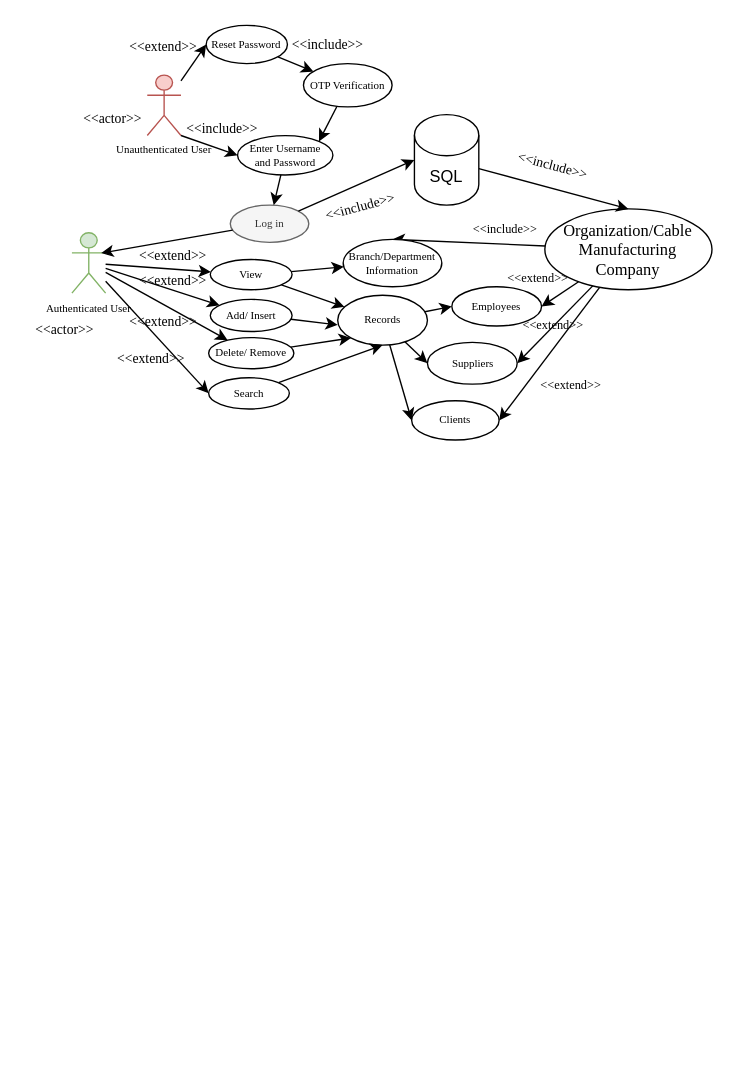
Earlier version of the draw.io diagram USECASE.drawio (Kazybekkh/KazCable-DBMS). Source tidied: cells renumbered, new cells numbered last; positions are measured from the earlier drawing's top-left corner, leaving out a move shared by most shapes. Both pictures are drawn from the tidied source at 137%, with x=0, y=0 at pixel (23, 23).
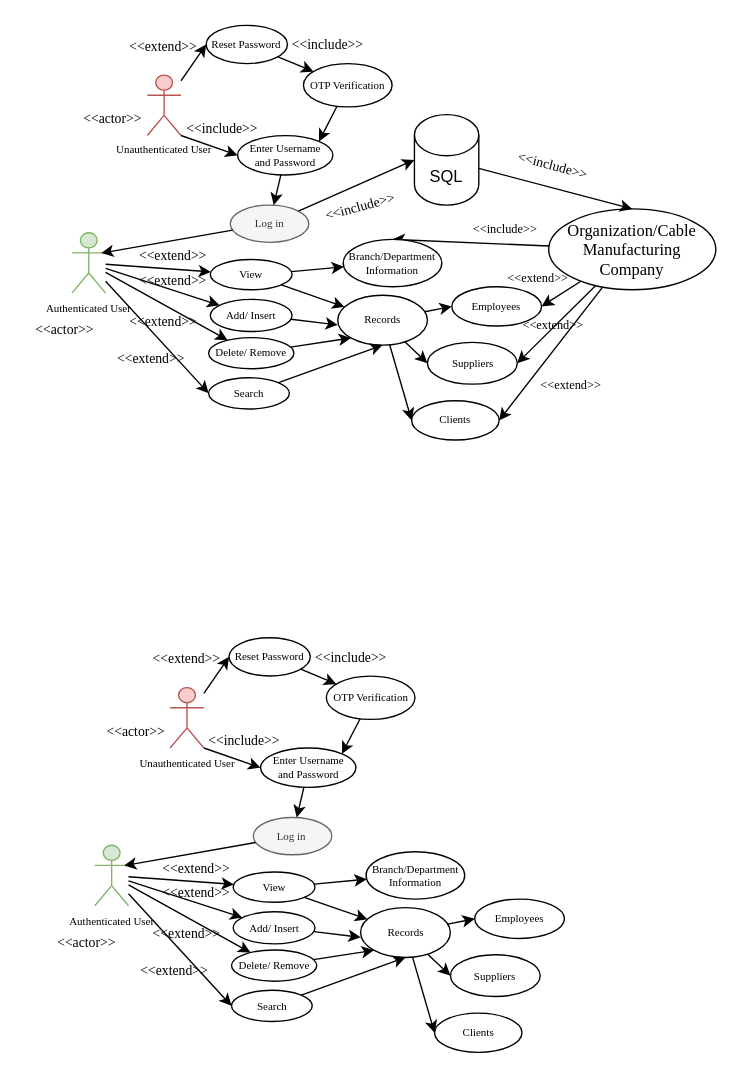
After the change.

Change to the diagram source:
```diff
@@
     <mxCell id="6" value="&lt;font face=&quot;Times New Roman&quot;&gt;Organization/Cable Manufacturing Company&lt;/font&gt;" style="ellipse;whiteSpace=wrap;html=1;" parent="1" vertex="1">
-      <mxGeometry x="380.2" y="135" width="122" height="59" as="geometry" />
+      <mxGeometry x="383" y="135" width="122" height="59" as="geometry" />
     </mxCell>
@@
+    <mxCell id="58" value="Enter Username &lt;br style=&quot;font-size: 8px;&quot;&gt;and Password" style="ellipse;whiteSpace=wrap;html=1;fontSize=8;fontFamily=Times New Roman;" parent="1" vertex="1">
+      <mxGeometry x="172.7" y="528.5" width="69.6" height="28.7" as="geometry" />
+    </mxCell>
+    <mxCell id="59" value="Log in" style="ellipse;whiteSpace=wrap;html=1;fontSize=8;fontFamily=Times New Roman;fillColor=#f5f5f5;fontColor=#333333;strokeColor=#666666;" parent="1" vertex="1">
+      <mxGeometry x="167.4" y="579.2" width="57.3" height="27.2" as="geometry" />
+    </mxCell>
+    <mxCell id="60" style="rounded=0;jettySize=auto;html=1;fontSize=8;fontFamily=Times New Roman;" parent="1" edge="1" source="58" target="59">
+      <mxGeometry relative="1" as="geometry" />
+    </mxCell>
+    <mxCell id="61" value="Reset Password" style="ellipse;whiteSpace=wrap;html=1;fontSize=8;fontFamily=Times New Roman;" parent="1" vertex="1">
+      <mxGeometry x="149.7" y="448" width="59.3" height="27.9" as="geometry" />
+    </mxCell>
+    <mxCell id="62" style="rounded=0;jettySize=auto;html=1;entryX=1;entryY=0;entryDx=0;entryDy=0;fontSize=8;fontFamily=Times New Roman;" parent="1" edge="1" source="63" target="58">
+      <mxGeometry relative="1" as="geometry" />
+    </mxCell>
+    <mxCell id="63" value="OTP Verification" style="ellipse;whiteSpace=wrap;html=1;fontSize=8;fontFamily=Times New Roman;" parent="1" vertex="1">
+      <mxGeometry x="220.7" y="476" width="64.7" height="31.6" as="geometry" />
+    </mxCell>
+    <mxCell id="64" style="rounded=0;jettySize=auto;html=1;fontSize=8;fontFamily=Times New Roman;" parent="1" edge="1" source="61" target="63">
+      <mxGeometry relative="1" as="geometry" />
+    </mxCell>
+    <mxCell id="65" value="Authenticated User" style="shape=umlActor;verticalLabelPosition=bottom;verticalAlign=top;html=1;fontSize=8;fontFamily=Times New Roman;fillColor=#d5e8d4;strokeColor=#82b366;" parent="1" vertex="1">
+      <mxGeometry x="51.7" y="599.5" width="24.6" height="44.1" as="geometry" />
+    </mxCell>
+    <mxCell id="66" value="Unauthenticated User" style="shape=umlActor;verticalLabelPosition=bottom;verticalAlign=top;html=1;fontSize=8;fontFamily=Times New Roman;fillColor=#f8cecc;strokeColor=#b85450;" parent="1" vertex="1">
+      <mxGeometry x="106.7" y="484.4" width="24.6" height="44.1" as="geometry" />
+    </mxCell>
+    <mxCell id="67" style="rounded=0;jettySize=auto;html=1;entryX=0;entryY=0.5;entryDx=0;entryDy=0;fontSize=8;fontFamily=Times New Roman;exitX=1;exitY=1;exitDx=0;exitDy=0;exitPerimeter=0;" parent="1" edge="1" source="66" target="58">
+      <mxGeometry relative="1" as="geometry" />
+    </mxCell>
+    <mxCell id="68" style="rounded=0;jettySize=auto;html=1;entryX=0;entryY=0.5;entryDx=0;entryDy=0;fontSize=8;fontFamily=Times New Roman;" parent="1" edge="1" source="66" target="61">
+      <mxGeometry relative="1" as="geometry" />
+    </mxCell>
+    <mxCell id="69" style="rounded=0;jettySize=auto;html=1;entryX=0.869;entryY=0.336;entryDx=0;entryDy=0;entryPerimeter=0;fontSize=8;fontFamily=Times New Roman;" parent="1" edge="1" source="59" target="65">
+      <mxGeometry relative="1" as="geometry" />
+    </mxCell>
+    <mxCell id="70" value="View" style="ellipse;whiteSpace=wrap;html=1;fontSize=8;fontFamily=Times New Roman;" parent="1" vertex="1">
+      <mxGeometry x="152.7" y="619" width="59.7" height="22.1" as="geometry" />
+    </mxCell>
+    <mxCell id="71" style="rounded=0;jettySize=auto;html=1;fontSize=8;" parent="1" edge="1" source="65" target="70">
+      <mxGeometry relative="1" as="geometry" />
+    </mxCell>
+    <mxCell id="72" value="Branch/Department&lt;br style=&quot;font-size: 8px;&quot;&gt;Information" style="ellipse;whiteSpace=wrap;html=1;fontSize=8;fontFamily=Times New Roman;" parent="1" vertex="1">
+      <mxGeometry x="249.7" y="604.2" width="72" height="34.6" as="geometry" />
+    </mxCell>
+    <mxCell id="73" style="rounded=0;jettySize=auto;html=1;fontSize=8;" parent="1" edge="1" source="70" target="72">
+      <mxGeometry relative="1" as="geometry" />
+    </mxCell>
+    <mxCell id="74" value="Employees" style="ellipse;whiteSpace=wrap;html=1;fontSize=8;fontFamily=Times New Roman;" parent="1" vertex="1">
+      <mxGeometry x="329" y="638.8" width="65.5" height="28.7" as="geometry" />
+    </mxCell>
+    <mxCell id="75" value="Suppliers" style="ellipse;whiteSpace=wrap;html=1;fontSize=8;fontFamily=Times New Roman;" parent="1" vertex="1">
+      <mxGeometry x="311.3" y="679.4" width="65.5" height="30.5" as="geometry" />
+    </mxCell>
+    <mxCell id="76" value="Clients" style="ellipse;whiteSpace=wrap;html=1;fontSize=8;fontFamily=Times New Roman;" parent="1" vertex="1">
+      <mxGeometry x="299.7" y="722" width="63.8" height="28.7" as="geometry" />
+    </mxCell>
+    <mxCell id="77" style="rounded=0;jettySize=auto;html=1;entryX=0;entryY=0.5;entryDx=0;entryDy=0;fontSize=8;" parent="1" edge="1" source="80" target="74">
+      <mxGeometry relative="1" as="geometry" />
+    </mxCell>
+    <mxCell id="78" style="rounded=0;jettySize=auto;html=1;entryX=0;entryY=0.5;entryDx=0;entryDy=0;fontSize=8;" parent="1" edge="1" source="80" target="75">
+      <mxGeometry relative="1" as="geometry" />
+    </mxCell>
+    <mxCell id="79" style="rounded=0;jettySize=auto;html=1;entryX=0;entryY=0.5;entryDx=0;entryDy=0;fontSize=8;" parent="1" edge="1" source="80" target="76">
+      <mxGeometry relative="1" as="geometry" />
+    </mxCell>
+    <mxCell id="80" value="Records" style="ellipse;whiteSpace=wrap;html=1;fontSize=8;fontFamily=Times New Roman;" parent="1" vertex="1">
+      <mxGeometry x="245.7" y="645" width="65.5" height="36.4" as="geometry" />
+    </mxCell>
+    <mxCell id="81" style="rounded=0;jettySize=auto;html=1;fontSize=8;" parent="1" edge="1" source="70" target="80">
+      <mxGeometry relative="1" as="geometry" />
+    </mxCell>
+    <mxCell id="82" value="Add/ Insert" style="ellipse;whiteSpace=wrap;html=1;fontSize=8;fontFamily=Times New Roman;" parent="1" vertex="1">
+      <mxGeometry x="152.7" y="648" width="59.7" height="23.5" as="geometry" />
+    </mxCell>
+    <mxCell id="83" style="rounded=0;jettySize=auto;html=1;fontSize=8;" parent="1" edge="1" source="65" target="82">
+      <mxGeometry relative="1" as="geometry" />
+    </mxCell>
+    <mxCell id="84" style="rounded=0;jettySize=auto;html=1;entryX=0;entryY=1;entryDx=0;entryDy=0;fontSize=8;" parent="1" edge="1" source="85" target="80">
+      <mxGeometry relative="1" as="geometry" />
+    </mxCell>
+    <mxCell id="85" value="Delete/ Remove" style="ellipse;whiteSpace=wrap;html=1;fontSize=8;fontFamily=Times New Roman;" parent="1" vertex="1">
+      <mxGeometry x="151.5" y="675.9" width="62.2" height="22.8" as="geometry" />
+    </mxCell>
+    <mxCell id="86" style="rounded=0;jettySize=auto;html=1;fontSize=8;" parent="1" edge="1" source="65" target="85">
+      <mxGeometry relative="1" as="geometry" />
+    </mxCell>
+    <mxCell id="87" style="rounded=0;jettySize=auto;html=1;entryX=0.001;entryY=0.595;entryDx=0;entryDy=0;entryPerimeter=0;fontSize=8;" parent="1" edge="1" source="82" target="80">
+      <mxGeometry relative="1" as="geometry" />
+    </mxCell>
+    <mxCell id="88" style="rounded=0;jettySize=auto;html=1;entryX=0.5;entryY=1;entryDx=0;entryDy=0;fontSize=8;" parent="1" edge="1" source="89" target="80">
+      <mxGeometry relative="1" as="geometry" />
+    </mxCell>
+    <mxCell id="89" value="Search" style="ellipse;whiteSpace=wrap;html=1;fontSize=8;fontFamily=Times New Roman;" parent="1" vertex="1">
+      <mxGeometry x="151.5" y="705.3" width="58.9" height="22.8" as="geometry" />
+    </mxCell>
+    <mxCell id="90" style="rounded=0;jettySize=auto;html=1;entryX=0;entryY=0.5;entryDx=0;entryDy=0;fontSize=8;" parent="1" edge="1" source="65" target="89">
+      <mxGeometry relative="1" as="geometry" />
+    </mxCell>
+    <mxCell id="91" value="&lt;font style=&quot;font-size: 10px;&quot; face=&quot;Times New Roman&quot;&gt;&amp;lt;&amp;lt;include&amp;gt;&amp;gt;&lt;/font&gt;" style="text;html=1;align=center;verticalAlign=middle;whiteSpace=wrap;rounded=0;" parent="1" vertex="1">
+      <mxGeometry x="131.3" y="507.6" width="60" height="30" as="geometry" />
+    </mxCell>
+    <mxCell id="92" value="&lt;font style=&quot;font-size: 10px;&quot; face=&quot;Times New Roman&quot;&gt;&amp;lt;&amp;lt;extend&amp;gt;&amp;gt;&lt;/font&gt;" style="text;html=1;align=center;verticalAlign=middle;whiteSpace=wrap;rounded=0;" parent="1" vertex="1">
+      <mxGeometry x="95.7" y="601" width="60" height="30" as="geometry" />
+    </mxCell>
+    <mxCell id="93" value="&lt;font style=&quot;font-size: 10px;&quot; face=&quot;Times New Roman&quot;&gt;&amp;lt;&amp;lt;extend&amp;gt;&amp;gt;&lt;/font&gt;" style="text;html=1;align=center;verticalAlign=middle;whiteSpace=wrap;rounded=0;" parent="1" vertex="1">
+      <mxGeometry x="95.7" y="619" width="60" height="30" as="geometry" />
+    </mxCell>
+    <mxCell id="94" value="&lt;font style=&quot;font-size: 10px;&quot; face=&quot;Times New Roman&quot;&gt;&amp;lt;&amp;lt;extend&amp;gt;&amp;gt;&lt;/font&gt;" style="text;html=1;align=center;verticalAlign=middle;whiteSpace=wrap;rounded=0;" parent="1" vertex="1">
+      <mxGeometry x="79.7" y="675.9" width="60" height="30" as="geometry" />
+    </mxCell>
+    <mxCell id="95" value="&lt;font style=&quot;font-size: 10px;&quot; face=&quot;Times New Roman&quot;&gt;&amp;lt;&amp;lt;extend&amp;gt;&amp;gt;&lt;/font&gt;" style="text;html=1;align=center;verticalAlign=middle;whiteSpace=wrap;rounded=0;" parent="1" vertex="1">
+      <mxGeometry x="89" y="649" width="60" height="30" as="geometry" />
+    </mxCell>
+    <mxCell id="96" value="&lt;font style=&quot;font-size: 10px;&quot; face=&quot;Times New Roman&quot;&gt;&amp;lt;&amp;lt;extend&amp;gt;&amp;gt;&lt;/font&gt;" style="text;html=1;align=center;verticalAlign=middle;whiteSpace=wrap;rounded=0;" parent="1" vertex="1">
+      <mxGeometry x="89" y="448" width="60" height="30" as="geometry" />
+    </mxCell>
+    <mxCell id="97" value="&lt;font style=&quot;font-size: 10px;&quot; face=&quot;Times New Roman&quot;&gt;&amp;lt;&amp;lt;include&amp;gt;&amp;gt;&lt;/font&gt;" style="text;html=1;align=center;verticalAlign=middle;whiteSpace=wrap;rounded=0;" parent="1" vertex="1">
+      <mxGeometry x="209.1" y="447" width="60" height="30" as="geometry" />
+    </mxCell>
+    <mxCell id="98" value="&lt;font style=&quot;font-size: 10px;&quot; face=&quot;Times New Roman&quot;&gt;&amp;lt;&amp;lt;actor&amp;gt;&amp;gt;&lt;/font&gt;" style="text;html=1;align=center;verticalAlign=middle;whiteSpace=wrap;rounded=0;" parent="1" vertex="1">
+      <mxGeometry x="16.3" y="655" width="60" height="30" as="geometry" />
+    </mxCell>
+    <mxCell id="99" value="&lt;font style=&quot;font-size: 10px;&quot; face=&quot;Times New Roman&quot;&gt;&amp;lt;&amp;lt;actor&amp;gt;&amp;gt;&lt;/font&gt;" style="text;html=1;align=center;verticalAlign=middle;whiteSpace=wrap;rounded=0;" parent="1" vertex="1">
+      <mxGeometry x="51.7" y="501" width="60" height="30" as="geometry" />
+    </mxCell>
```
